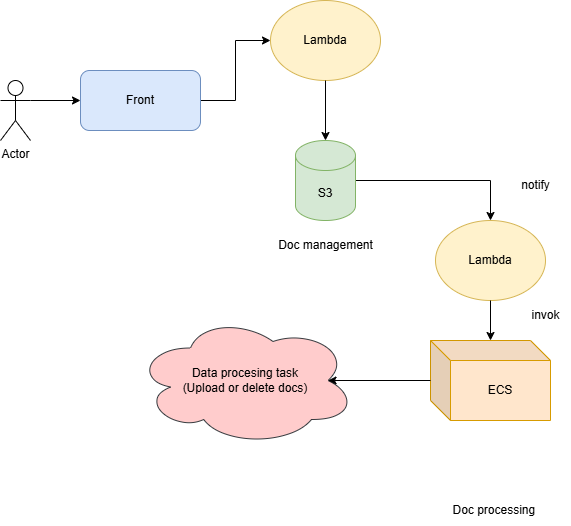
Earlier version of the draw.io export Diagramme_without_sqs-Page-2.drawio.png (Uhouhzam/workflow). Source tidied: cells renumbered, new cells last; positions are measured from the earlier drawing's top-left corner, leaving out a move shared by most shapes.
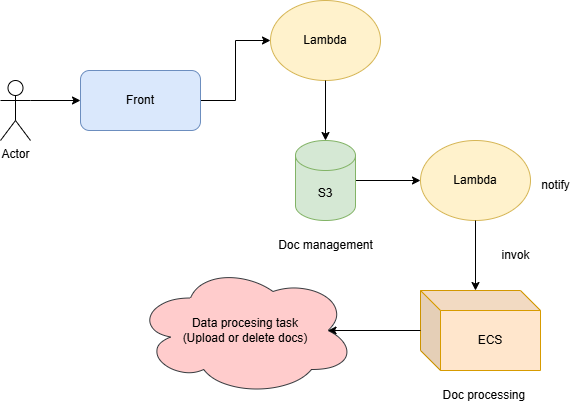
The same file after the commit.

Change to the diagram source:
```diff
@@ -17,7 +17,7 @@
     <mxCell id="6" value="Lambda" style="ellipse;whiteSpace=wrap;html=1;fillColor=#fff2cc;strokeColor=#d6b656;" parent="1" vertex="1">
       <mxGeometry x="270" width="110" height="80" as="geometry" />
     </mxCell>
-    <mxCell id="7" style="edgeStyle=orthogonalEdgeStyle;rounded=0;jettySize=auto;html=1;exitX=1;exitY=0.5;exitDx=0;exitDy=0;exitPerimeter=0;entryX=0.5;entryY=0;entryDx=0;entryDy=0;" parent="1" edge="1" source="8" target="12">
+    <mxCell id="7" style="edgeStyle=orthogonalEdgeStyle;rounded=0;jettySize=auto;html=1;entryX=0;entryY=0.5;entryDx=0;entryDy=0;" parent="1" edge="1" source="8" target="12">
       <mxGeometry relative="1" as="geometry" />
     </mxCell>
     <mxCell id="8" value="S3" style="shape=cylinder3;whiteSpace=wrap;html=1;boundedLbl=1;backgroundOutline=1;size=15;fillColor=#d5e8d4;strokeColor=#82b366;" parent="1" vertex="1">
@@ -30,28 +30,33 @@
       <mxGeometry x="265" y="230" width="120" height="30" as="geometry" />
     </mxCell>
     <mxCell id="11" value="notify" style="text;html=1;align=center;verticalAlign=middle;strokeColor=none;fillColor=none;" parent="1" vertex="1">
-      <mxGeometry x="510" y="170" width="50" height="30" as="geometry" />
+      <mxGeometry x="530" y="170" width="50" height="30" as="geometry" />
     </mxCell>
     <mxCell id="12" value="Lambda" style="ellipse;whiteSpace=wrap;html=1;fillColor=#fff2cc;strokeColor=#d6b656;" parent="1" vertex="1">
-      <mxGeometry x="435" y="220" width="110" height="80" as="geometry" />
+      <mxGeometry x="420" y="140" width="110" height="80" as="geometry" />
     </mxCell>
     <mxCell id="13" style="edgeStyle=orthogonalEdgeStyle;rounded=0;jettySize=auto;html=1;exitX=0.5;exitY=1;exitDx=0;exitDy=0;" parent="1" edge="1" source="12" target="14">
-      <mxGeometry relative="1" as="geometry" />
+      <mxGeometry relative="1" as="geometry">
+        <Array as="points">
+          <mxPoint x="475" y="320" />
+          <mxPoint x="475" y="320" />
+        </Array>
+      </mxGeometry>
     </mxCell>
     <mxCell id="14" value="ECS" style="shape=cube;whiteSpace=wrap;html=1;boundedLbl=1;backgroundOutline=1;darkOpacity=0.05;darkOpacity2=0.1;fillColor=#ffe6cc;strokeColor=#d79b00;" parent="1" vertex="1">
-      <mxGeometry x="430" y="340" width="120" height="80" as="geometry" />
+      <mxGeometry x="420" y="290" width="120" height="80" as="geometry" />
     </mxCell>
     <mxCell id="15" value="Doc processing&amp;nbsp;" style="text;html=1;align=center;verticalAlign=middle;strokeColor=none;fillColor=none;" parent="1" vertex="1">
-      <mxGeometry x="440" y="495" width="110" height="30" as="geometry" />
+      <mxGeometry x="430" y="380" width="110" height="30" as="geometry" />
     </mxCell>
     <mxCell id="16" value="Data procesing task&lt;div&gt;(Upload or delete docs)&lt;/div&gt;" style="ellipse;shape=cloud;whiteSpace=wrap;html=1;fillColor=#ffcccc;strokeColor=#36393d;" parent="1" vertex="1">
-      <mxGeometry x="135" y="315" width="220" height="130" as="geometry" />
+      <mxGeometry x="135" y="265" width="220" height="130" as="geometry" />
     </mxCell>
     <mxCell id="17" style="endArrow=classic;html=1;rounded=0;entryX=0.875;entryY=0.5;entryDx=0;entryDy=0;entryPerimeter=0;" parent="1" edge="1" source="14" target="16">
       <mxGeometry relative="1" as="geometry" />
     </mxCell>
     <mxCell id="18" value="invok" style="text;html=1;align=center;verticalAlign=middle;strokeColor=none;fillColor=none;" parent="1" vertex="1">
-      <mxGeometry x="520" y="300" width="50" height="30" as="geometry" />
+      <mxGeometry x="490" y="240" width="50" height="30" as="geometry" />
     </mxCell>
   </root>
 </mxGraphModel>
```
